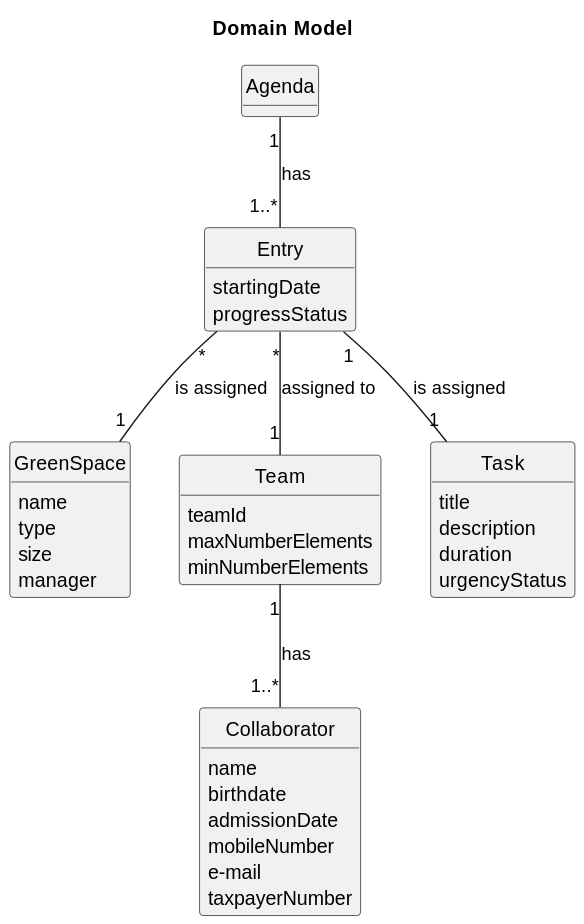
Before: docs/sprintC/us025/02.analysis/svg/025-domain-model-Domain_Model.svg, a diagram exported from PlantUML (RicardoMorim/lapr2-ISEP-Project).
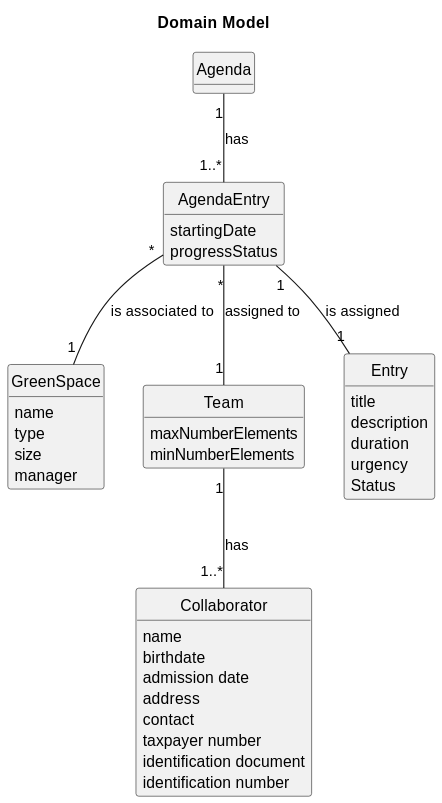
Above is the later version.

The edit, as a diff of the source:
```diff
@@ -7,7 +7,7 @@
 class Agenda {
 }
 
-class Entry {
+class AgendaEntry {
   startingDate
   progressStatus
 }
@@ -20,30 +20,32 @@
 }
 
 class Team {
-  teamId
   maxNumberElements
   minNumberElements
 }
 
-class Task {
+class Entry {
   title
   description
   duration
-  urgencyStatus
+  urgency
+  Status
 }
 
 class Collaborator {
-  name
-  birthdate
-  admissionDate
-  mobileNumber
-  e-mail
-  taxpayerNumber
+    name
+    birthdate
+    admission date
+    address
+    contact
+    taxpayer number
+    identification document
+    identification number
 }
 
-Agenda "1" -- "1..*" Entry : has
-Entry "*" -- "1" GreenSpace : is assigned
-Entry "*" -- "1" Team : assigned to
-Entry "1" -- "1" Task : is assigned
+Agenda "1" -- "1..*" AgendaEntry : has
+AgendaEntry "*" -- "1" GreenSpace : is associated to
+AgendaEntry "*" -- "1" Team : assigned to
+AgendaEntry "1" -- "1" Entry : is assigned
 Team "1" -- "1..*" Collaborator : has
 @enduml
```
